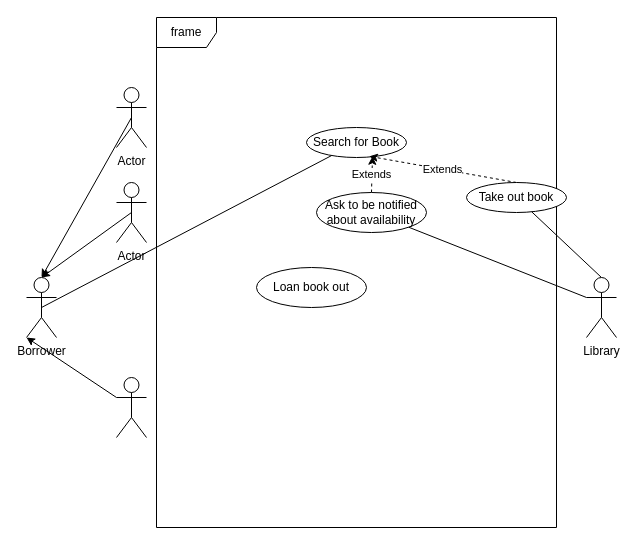
Above: week1/UML Use Case Diagram 1.drawio in Darren-ODonnell/BusinessModellingDiagrams (draw.io), before the change. Source tidied: cells renumbered, new cells numbered last; positions are measured from the earlier drawing's top-left corner, leaving out a move shared by most shapes. Both pictures are drawn from the tidied source at 100%, with x=0, y=0 at pixel (26, 17).
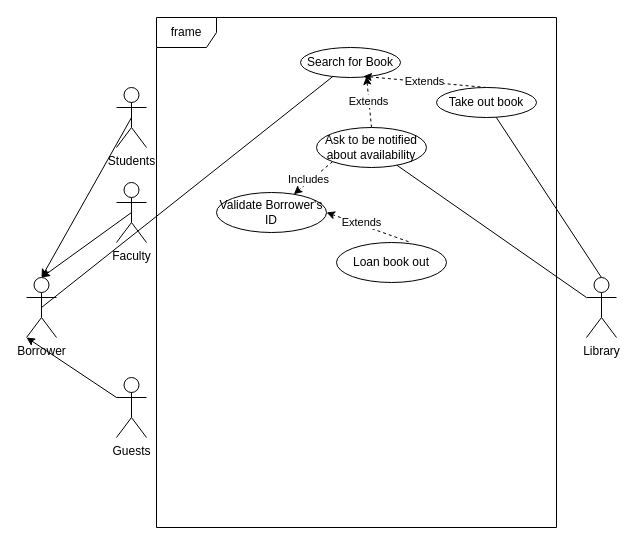
After the change.

Diff of the diagram source:
```diff
@@
-    <mxCell id="6" value="Actor" style="shape=umlActor;verticalLabelPosition=bottom;verticalAlign=top;html=1;" parent="1" vertex="1">
+    <mxCell id="6" value="Students" style="shape=umlActor;verticalLabelPosition=bottom;verticalAlign=top;html=1;" parent="1" vertex="1">
       <mxGeometry x="90" y="70" width="30" height="60" as="geometry" />
     </mxCell>
@@
-    <mxCell id="8" style="shape=umlActor;verticalLabelPosition=bottom;verticalAlign=top;html=1;" parent="1" vertex="1">
+    <mxCell id="8" value="Guests" style="shape=umlActor;verticalLabelPosition=bottom;verticalAlign=top;html=1;" parent="1" vertex="1">
       <mxGeometry x="90" y="360" width="30" height="60" as="geometry" />
     </mxCell>
@@
-    <mxCell id="10" value="Actor" style="shape=umlActor;verticalLabelPosition=bottom;verticalAlign=top;html=1;" parent="1" vertex="1">
+    <mxCell id="10" value="Faculty" style="shape=umlActor;verticalLabelPosition=bottom;verticalAlign=top;html=1;" parent="1" vertex="1">
       <mxGeometry x="90" y="165" width="30" height="60" as="geometry" />
     </mxCell>
     <mxCell id="11" value="Search for Book" style="ellipse;whiteSpace=wrap;html=1;" parent="1" vertex="1">
-      <mxGeometry x="280" y="110" width="100" height="30" as="geometry" />
+      <mxGeometry x="274" y="30" width="100" height="30" as="geometry" />
     </mxCell>
@@
     <mxCell id="16" value="Take out book" style="ellipse;whiteSpace=wrap;html=1;" parent="1" vertex="1">
-      <mxGeometry x="440" y="165" width="100" height="30" as="geometry" />
+      <mxGeometry x="410" y="70" width="100" height="30" as="geometry" />
     </mxCell>
@@
     <mxCell id="18" value="Ask to be notified about availability" style="ellipse;whiteSpace=wrap;html=1;" parent="1" vertex="1">
-      <mxGeometry x="290" y="175" width="110" height="40" as="geometry" />
+      <mxGeometry x="290" y="110" width="110" height="40" as="geometry" />
     </mxCell>
     <mxCell id="19" value="Loan book out" style="ellipse;whiteSpace=wrap;html=1;" parent="1" vertex="1">
-      <mxGeometry x="230" y="250" width="110" height="40" as="geometry" />
+      <mxGeometry x="310" y="225" width="110" height="40" as="geometry" />
     </mxCell>
+    <mxCell id="20" value="Extends" style="edgeStyle=none;rounded=0;jettySize=auto;html=1;exitX=0.655;exitY=-0.02;exitDx=0;exitDy=0;dashed=1;exitPerimeter=0;entryX=1;entryY=0.5;entryDx=0;entryDy=0;" parent="1" edge="1" source="19" target="21">
+      <mxGeometry x="0.17" y="-2" relative="1" as="geometry" />
+    </mxCell>
+    <mxCell id="21" value="Validate Borrower's ID" style="ellipse;whiteSpace=wrap;html=1;" parent="1" vertex="1">
+      <mxGeometry x="190" y="175" width="110" height="40" as="geometry" />
+    </mxCell>
+    <mxCell id="22" value="Includes" style="edgeStyle=none;rounded=0;jettySize=auto;html=1;exitX=0;exitY=1;exitDx=0;exitDy=0;dashed=1;" parent="1" edge="1" source="18" target="21">
+      <mxGeometry x="0.17" y="-2" relative="1" as="geometry" />
+    </mxCell>
```
